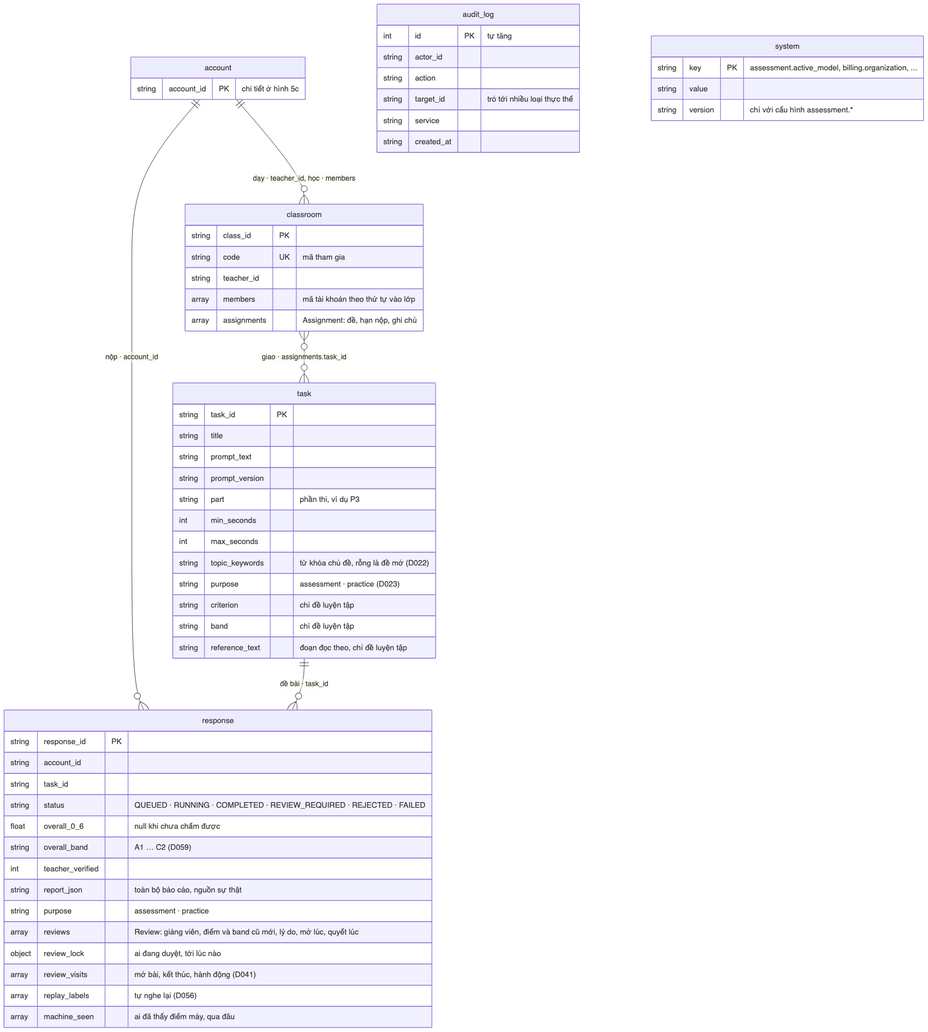
This is docs/sdd/images/05_erd.png from ThanhSangLouis/ai-assessor-cefr, a Mermaid export, as it was before one commit. Its source is kept beside it as docs/sdd/diagrams/05_erd.mmd.
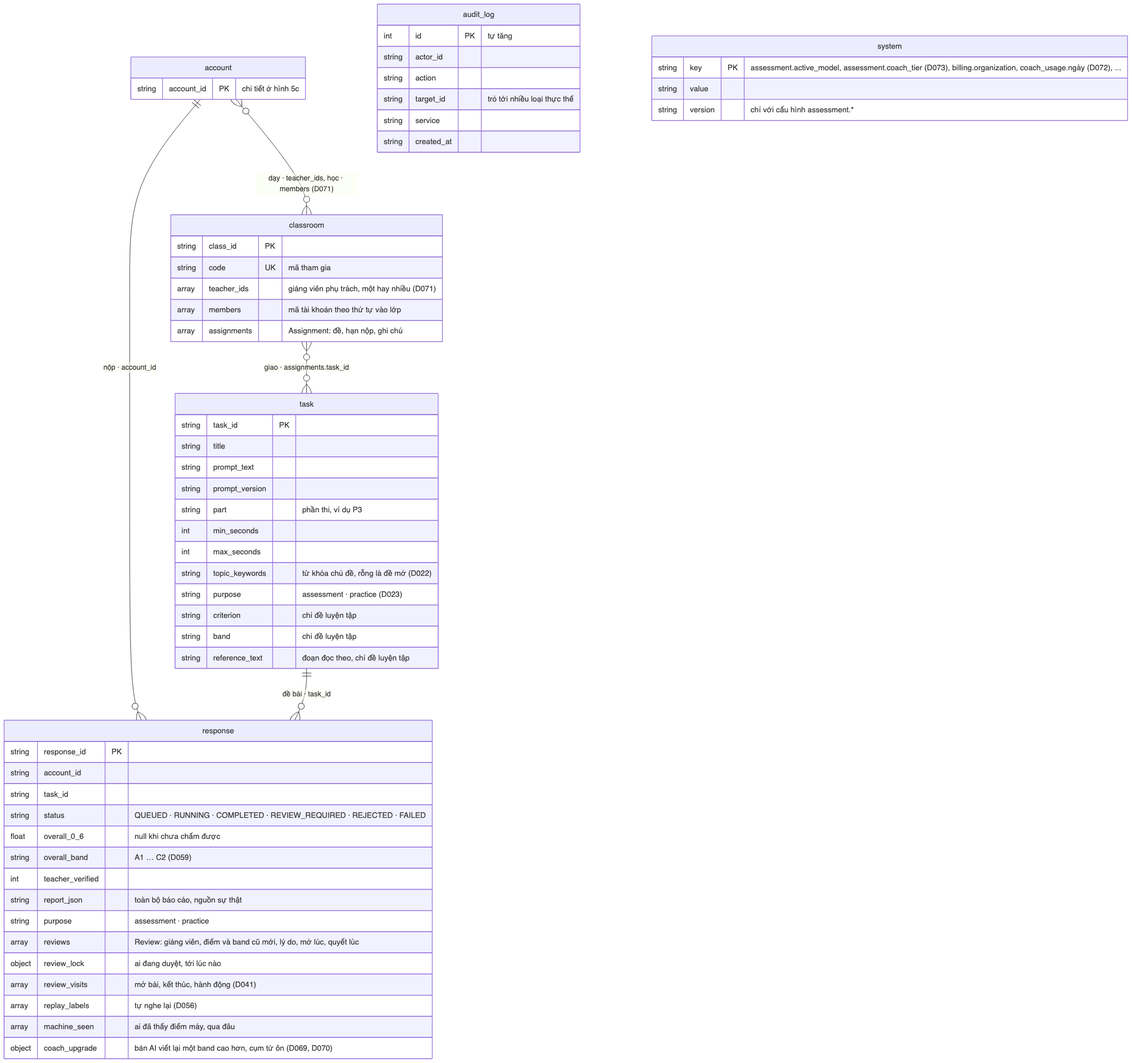
The same file after the commit.

Change to the diagram source:
```diff
@@ -1,7 +1,7 @@
 erDiagram
     account ||--o{ response : "nộp · account_id"
     task ||--o{ response : "đề bài · task_id"
-    account ||--o{ classroom : "dạy · teacher_id, học · members"
+    account }o--o{ classroom : "dạy · teacher_ids, học · members (D071)"
     classroom }o--o{ task : "giao · assignments.task_id"
 
     account {
@@ -38,12 +38,13 @@
         array review_visits "mở bài, kết thúc, hành động (D041)"
         array replay_labels "tự nghe lại (D056)"
         array machine_seen "ai đã thấy điểm máy, qua đâu"
+        object coach_upgrade "bản AI viết lại một band cao hơn, cụm từ ôn (D069, D070)"
     }
 
     classroom {
         string class_id PK
         string code UK "mã tham gia"
-        string teacher_id
+        array teacher_ids "giảng viên phụ trách, một hay nhiều (D071)"
         array members "mã tài khoản theo thứ tự vào lớp"
         array assignments "Assignment: đề, hạn nộp, ghi chú"
     }
@@ -58,7 +59,7 @@
     }
 
     system {
-        string key PK "assessment.active_model, billing.organization, ..."
+        string key PK "assessment.active_model, assessment.coach_tier (D073), billing.organization, coach_usage.ngày (D072), ..."
         string value
         string version "chỉ với cấu hình assessment.*"
     }
```
